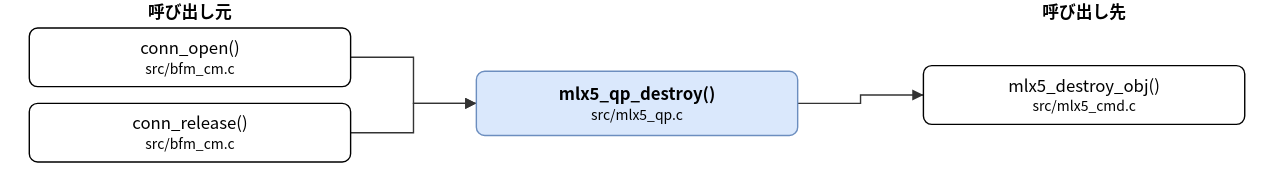
Earlier version of the draw.io export doc/spec/images/call_src_mlx5_qp-mlx5_qp_destroy.drawio.svg (hf355051012-ai/bfmem). Source tidied: cells renumbered, new cells last; positions are measured from the earlier drawing's top-left corner, leaving out a move shared by most shapes.
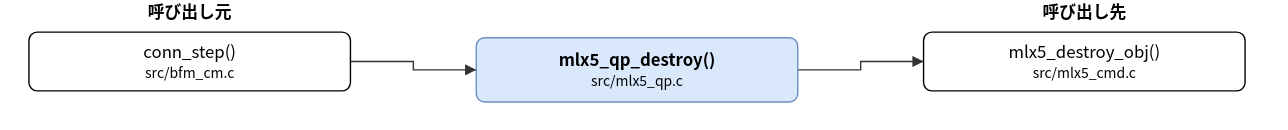
The same diagram one commit later.

Change to the diagram source:
```diff
@@ -3,41 +3,30 @@
     <mxCell id="0" />
     <mxCell id="1" parent="0" />
     <mxCell id="2" value="mlx5_qp_destroy()&lt;br&gt;&lt;font style=&quot;font-size:10px&quot;&gt;src/mlx5_qp.c&lt;/font&gt;" style="rounded=1;whiteSpace=wrap;html=1;fillColor=#dae8fc;strokeColor=#6c8ebf;fontStyle=1;" parent="1" vertex="1">
-      <mxGeometry x="320" y="51" width="230" height="46" as="geometry" />
+      <mxGeometry x="320" y="27" width="230" height="46" as="geometry" />
     </mxCell>
-    <mxCell id="3" value="conn_open()&lt;br&gt;&lt;font style=&quot;font-size:10px&quot;&gt;src/bfm_cm.c&lt;/font&gt;" style="rounded=1;whiteSpace=wrap;html=1;" parent="1" vertex="1">
-      <mxGeometry y="20" width="230" height="42" as="geometry" />
+    <mxCell id="3" value="conn_step()&lt;br&gt;&lt;font style=&quot;font-size:10px&quot;&gt;src/bfm_cm.c&lt;/font&gt;" style="rounded=1;whiteSpace=wrap;html=1;" parent="1" vertex="1">
+      <mxGeometry y="23" width="230" height="42" as="geometry" />
     </mxCell>
-    <mxCell id="4" value="conn_release()&lt;br&gt;&lt;font style=&quot;font-size:10px&quot;&gt;src/bfm_cm.c&lt;/font&gt;" style="rounded=1;whiteSpace=wrap;html=1;" parent="1" vertex="1">
-      <mxGeometry y="74" width="230" height="42" as="geometry" />
-    </mxCell>
     <mxCell id="5" value="mlx5_destroy_obj()&lt;br&gt;&lt;font style=&quot;font-size:10px&quot;&gt;src/mlx5_cmd.c&lt;/font&gt;" style="rounded=1;whiteSpace=wrap;html=1;" parent="1" vertex="1">
-      <mxGeometry x="640" y="47" width="230" height="42" as="geometry" />
+      <mxGeometry x="640" y="23" width="230" height="42" as="geometry" />
     </mxCell>
     <mxCell id="6" style="edgeStyle=none;html=1;rounded=0;endArrow=block;endFill=1;exitX=1.0000;exitY=0.5000;exitDx=0;exitDy=0;exitPerimeter=0;entryX=0.0000;entryY=0.5000;entryDx=0;entryDy=0;entryPerimeter=0;" parent="1" edge="1" source="3" target="2">
       <mxGeometry relative="1" as="geometry">
         <Array as="points">
-          <mxPoint x="275" y="41" />
-          <mxPoint x="275" y="74" />
+          <mxPoint x="275" y="44" />
+          <mxPoint x="275" y="50" />
         </Array>
       </mxGeometry>
     </mxCell>
-    <mxCell id="7" style="edgeStyle=none;html=1;rounded=0;endArrow=block;endFill=1;exitX=1.0000;exitY=0.5000;exitDx=0;exitDy=0;exitPerimeter=0;entryX=0.0000;entryY=0.5000;entryDx=0;entryDy=0;entryPerimeter=0;" parent="1" edge="1" source="4" target="2">
+    <mxCell id="7" style="edgeStyle=none;html=1;rounded=0;endArrow=block;endFill=1;exitX=1.0000;exitY=0.5000;exitDx=0;exitDy=0;exitPerimeter=0;entryX=0.0000;entryY=0.5000;entryDx=0;entryDy=0;entryPerimeter=0;" parent="1" edge="1" source="2" target="5">
       <mxGeometry relative="1" as="geometry">
         <Array as="points">
-          <mxPoint x="275" y="95" />
-          <mxPoint x="275" y="74" />
+          <mxPoint x="595" y="50" />
+          <mxPoint x="595" y="44" />
         </Array>
       </mxGeometry>
     </mxCell>
-    <mxCell id="8" style="edgeStyle=none;html=1;rounded=0;endArrow=block;endFill=1;exitX=1.0000;exitY=0.5000;exitDx=0;exitDy=0;exitPerimeter=0;entryX=0.0000;entryY=0.5000;entryDx=0;entryDy=0;entryPerimeter=0;" parent="1" edge="1" source="2" target="5">
-      <mxGeometry relative="1" as="geometry">
-        <Array as="points">
-          <mxPoint x="595" y="74" />
-          <mxPoint x="595" y="68" />
-        </Array>
-      </mxGeometry>
-    </mxCell>
     <mxCell id="9" value="呼び出し元" style="text;html=1;align=center;fontStyle=1;" parent="1" vertex="1">
       <mxGeometry x="35" width="160" height="18" as="geometry" />
     </mxCell>
```
